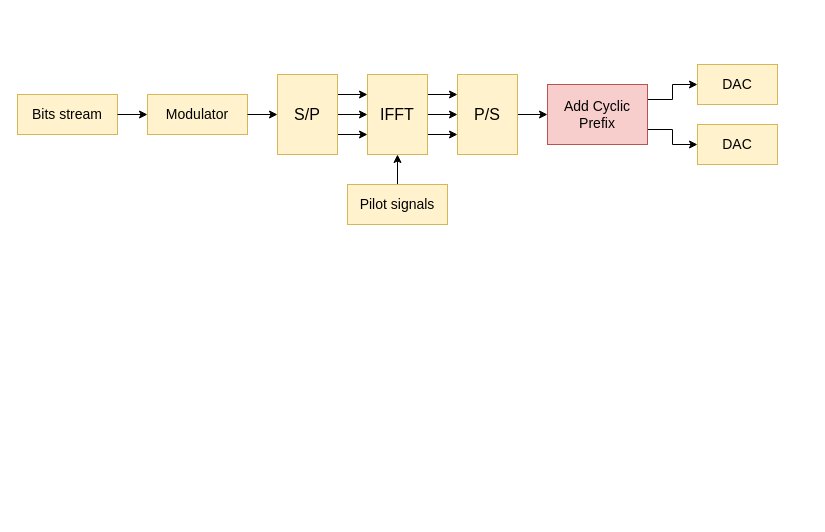
The draw.io diagram Диаграмма без названия.drawio in isvoropaev02/OFDM, before the edit. Source tidied: cells renumbered, new cells numbered last; positions are measured from the earlier drawing's top-left corner, leaving out a move shared by most shapes. Both pictures are drawn from the tidied source at 100%, with x=0, y=0 at pixel (17, 64).
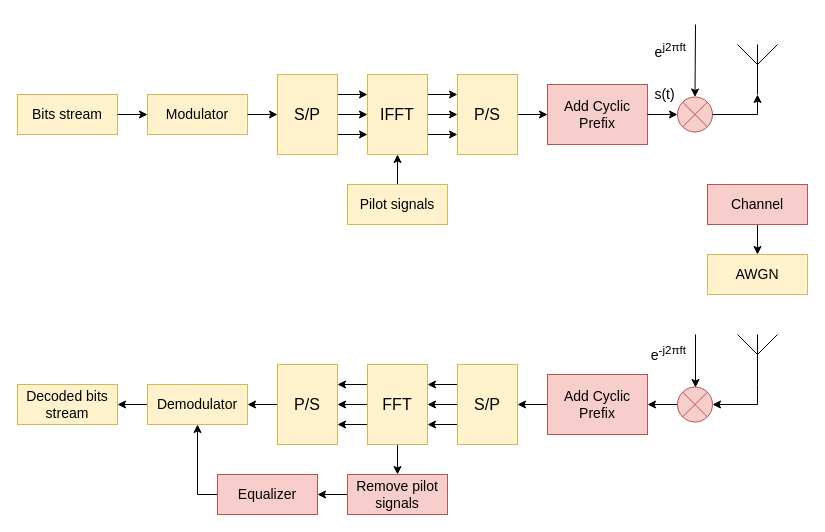
Above is the later version.

Unchanged cells that the change refers to:
```xml
<mxCell id="18" value="&lt;font style=&quot;font-size: 14px;&quot; face=&quot;Helvetica&quot;&gt;Add Cyclic Prefix&lt;/font&gt;" style="rounded=0;whiteSpace=wrap;html=1;fillColor=#f8cecc;strokeColor=#b85450;" parent="1" vertex="1">
  <mxGeometry x="530" y="20" width="100" height="60" as="geometry" />
</mxCell>
```

Diff of the diagram source:
```diff
@@
-    <mxCell id="16" style="edgeStyle=orthogonalEdgeStyle;rounded=0;jettySize=auto;html=1;exitX=1;exitY=0.25;exitDx=0;exitDy=0;entryX=0;entryY=0.5;entryDx=0;entryDy=0;" parent="1" edge="1" source="18" target="19">
-      <mxGeometry relative="1" as="geometry" />
-    </mxCell>
-    <mxCell id="17" style="edgeStyle=orthogonalEdgeStyle;rounded=0;jettySize=auto;html=1;exitX=1;exitY=0.75;exitDx=0;exitDy=0;entryX=0;entryY=0.5;entryDx=0;entryDy=0;" parent="1" edge="1" source="18" target="20">
-      <mxGeometry relative="1" as="geometry" />
-    </mxCell>
@@
-    <mxCell id="19" value="&lt;font style=&quot;font-size: 14px;&quot; face=&quot;Helvetica&quot;&gt;DAC&lt;/font&gt;" style="rounded=0;whiteSpace=wrap;html=1;fillColor=#fff2cc;strokeColor=#d6b656;" parent="1" vertex="1">
-      <mxGeometry x="680" width="80" height="40" as="geometry" />
-    </mxCell>
-    <mxCell id="20" value="&lt;font style=&quot;font-size: 14px;&quot; face=&quot;Helvetica&quot;&gt;DAC&lt;/font&gt;" style="rounded=0;whiteSpace=wrap;html=1;fillColor=#fff2cc;strokeColor=#d6b656;" parent="1" vertex="1">
-      <mxGeometry x="680" y="60" width="80" height="40" as="geometry" />
-    </mxCell>
@@
+    <mxCell id="23" style="verticalLabelPosition=bottom;verticalAlign=top;html=1;shape=mxgraph.flowchart.or;fillColor=#f8cecc;strokeColor=#b85450;" parent="1" vertex="1">
+      <mxGeometry x="660" y="32.5" width="35" height="35" as="geometry" />
+    </mxCell>
+    <mxCell id="24" style="edgeStyle=orthogonalEdgeStyle;rounded=0;jettySize=auto;html=1;entryX=0;entryY=0.5;entryDx=0;entryDy=0;entryPerimeter=0;" parent="1" edge="1" source="18" target="23">
+      <mxGeometry relative="1" as="geometry" />
+    </mxCell>
+    <mxCell id="25" value="s(t)" style="edgeLabel;html=1;align=center;verticalAlign=bottom;labelPosition=center;verticalLabelPosition=top;textDirection=ltr;fontSize=14;" parent="24" vertex="1">
+      <mxGeometry x="0.44" y="-2" relative="1" as="geometry">
+        <mxPoint y="-12" as="offset" />
+      </mxGeometry>
+    </mxCell>
+    <mxCell id="26" style="endArrow=classic;html=1;rounded=0;entryX=0.5;entryY=0;entryDx=0;entryDy=0;entryPerimeter=0;" parent="1" edge="1" target="23">
+      <mxGeometry relative="1" as="geometry">
+        <mxPoint x="678" y="-40" as="sourcePoint" />
+      </mxGeometry>
+    </mxCell>
+    <mxCell id="27" value="e&lt;span style=&quot;font-family: &amp;quot;Cambria Math&amp;quot;; text-align: center; text-indent: 0in;&quot;&gt;&lt;sup&gt;j2πft&lt;/sup&gt;&lt;/span&gt;" style="edgeLabel;html=1;align=right;verticalAlign=middle;labelPosition=left;verticalLabelPosition=middle;fontSize=14;" parent="26" vertex="1">
+      <mxGeometry x="-0.19" relative="1" as="geometry">
+        <mxPoint x="-9" y="-3" as="offset" />
+      </mxGeometry>
+    </mxCell>
+    <mxCell id="28" style="verticalLabelPosition=bottom;shadow=0;dashed=0;align=center;html=1;verticalAlign=top;shape=mxgraph.electrical.radio.aerial_-_antenna_1;" parent="1" vertex="1">
+      <mxGeometry x="720" y="-20" width="40" height="50" as="geometry" />
+    </mxCell>
+    <mxCell id="29" style="edgeStyle=orthogonalEdgeStyle;rounded=0;jettySize=auto;html=1;exitX=1;exitY=0.5;exitDx=0;exitDy=0;exitPerimeter=0;entryX=0.5;entryY=1;entryDx=0;entryDy=0;entryPerimeter=0;" parent="1" edge="1" source="23" target="28">
+      <mxGeometry relative="1" as="geometry" />
+    </mxCell>
+    <mxCell id="30" style="edgeStyle=orthogonalEdgeStyle;rounded=0;jettySize=auto;html=1;exitX=0.5;exitY=1;exitDx=0;exitDy=0;entryX=0.5;entryY=0;entryDx=0;entryDy=0;" parent="1" edge="1" source="31" target="33">
+      <mxGeometry relative="1" as="geometry" />
+    </mxCell>
+    <mxCell id="31" value="&lt;font style=&quot;font-size: 14px;&quot; face=&quot;Helvetica&quot;&gt;Channel&lt;/font&gt;" style="rounded=0;whiteSpace=wrap;html=1;fillColor=#f8cecc;strokeColor=#b85450;" parent="1" vertex="1">
+      <mxGeometry x="690" y="120" width="100" height="40" as="geometry" />
+    </mxCell>
+    <mxCell id="32" style="verticalLabelPosition=bottom;shadow=0;dashed=0;align=center;html=1;verticalAlign=top;shape=mxgraph.electrical.radio.aerial_-_antenna_1;" parent="1" vertex="1">
+      <mxGeometry x="720" y="270" width="40" height="50" as="geometry" />
+    </mxCell>
+    <mxCell id="33" value="&lt;font style=&quot;font-size: 14px;&quot; face=&quot;Helvetica&quot;&gt;AWGN&lt;/font&gt;" style="rounded=0;whiteSpace=wrap;html=1;fillColor=#fff2cc;strokeColor=#d6b656;" parent="1" vertex="1">
+      <mxGeometry x="690" y="190" width="100" height="40" as="geometry" />
+    </mxCell>
+    <mxCell id="34" style="edgeStyle=orthogonalEdgeStyle;rounded=0;jettySize=auto;html=1;exitX=0;exitY=0.5;exitDx=0;exitDy=0;entryX=0.5;entryY=0;entryDx=0;entryDy=0;" parent="1" edge="1" source="35" target="44">
+      <mxGeometry relative="1" as="geometry" />
+    </mxCell>
+    <mxCell id="35" value="&lt;font style=&quot;font-size: 14px;&quot; face=&quot;Helvetica&quot;&gt;Add Cyclic Prefix&lt;/font&gt;" style="rounded=0;whiteSpace=wrap;html=1;fillColor=#f8cecc;strokeColor=#b85450;" parent="1" vertex="1">
+      <mxGeometry x="530" y="310" width="100" height="60" as="geometry" />
+    </mxCell>
+    <mxCell id="36" style="edgeStyle=orthogonalEdgeStyle;rounded=0;jettySize=auto;html=1;entryX=1;entryY=0.5;entryDx=0;entryDy=0;" parent="1" edge="1" source="37" target="35">
+      <mxGeometry relative="1" as="geometry" />
+    </mxCell>
+    <mxCell id="37" style="verticalLabelPosition=bottom;verticalAlign=top;html=1;shape=mxgraph.flowchart.or;fillColor=#f8cecc;strokeColor=#b85450;" parent="1" vertex="1">
+      <mxGeometry x="660" y="322.5" width="35" height="35" as="geometry" />
+    </mxCell>
+    <mxCell id="38" style="edgeStyle=orthogonalEdgeStyle;rounded=0;jettySize=auto;html=1;exitX=0.5;exitY=1;exitDx=0;exitDy=0;exitPerimeter=0;entryX=1;entryY=0.5;entryDx=0;entryDy=0;entryPerimeter=0;" parent="1" edge="1" source="32" target="37">
+      <mxGeometry relative="1" as="geometry" />
+    </mxCell>
+    <mxCell id="39" style="endArrow=classic;html=1;rounded=0;entryX=0.5;entryY=0;entryDx=0;entryDy=0;entryPerimeter=0;" parent="1" edge="1">
+      <mxGeometry relative="1" as="geometry">
+        <mxPoint x="678" y="270" as="sourcePoint" />
+        <mxPoint x="678" y="323" as="targetPoint" />
+      </mxGeometry>
+    </mxCell>
+    <mxCell id="40" value="e&lt;span style=&quot;font-family: &amp;quot;Cambria Math&amp;quot;; text-align: center; text-indent: 0in;&quot;&gt;&lt;sup&gt;-j2πft&lt;/sup&gt;&lt;/span&gt;" style="edgeLabel;html=1;align=right;verticalAlign=middle;labelPosition=left;verticalLabelPosition=middle;fontSize=14;" parent="39" vertex="1">
+      <mxGeometry x="-0.19" relative="1" as="geometry">
+        <mxPoint x="-9" y="-3" as="offset" />
+      </mxGeometry>
+    </mxCell>
+    <mxCell id="41" style="edgeStyle=orthogonalEdgeStyle;rounded=0;jettySize=auto;html=1;exitX=0.25;exitY=1;exitDx=0;exitDy=0;entryX=0.25;entryY=0;entryDx=0;entryDy=0;" parent="1" edge="1" source="44" target="49">
+      <mxGeometry relative="1" as="geometry" />
+    </mxCell>
+    <mxCell id="42" style="edgeStyle=orthogonalEdgeStyle;rounded=0;jettySize=auto;html=1;exitX=0.5;exitY=1;exitDx=0;exitDy=0;entryX=0.5;entryY=0;entryDx=0;entryDy=0;" parent="1" edge="1" source="44" target="49">
+      <mxGeometry relative="1" as="geometry" />
+    </mxCell>
+    <mxCell id="43" style="edgeStyle=orthogonalEdgeStyle;rounded=0;jettySize=auto;html=1;exitX=0.75;exitY=1;exitDx=0;exitDy=0;entryX=0.75;entryY=0;entryDx=0;entryDy=0;" parent="1" edge="1" source="44" target="49">
+      <mxGeometry relative="1" as="geometry" />
+    </mxCell>
+    <mxCell id="44" value="&lt;font size=&quot;3&quot;&gt;S/P&lt;/font&gt;" style="rounded=0;whiteSpace=wrap;html=1;direction=south;fillColor=#fff2cc;strokeColor=#d6b656;" parent="1" vertex="1">
+      <mxGeometry x="440" y="300" width="60" height="80" as="geometry" />
+    </mxCell>
+    <mxCell id="45" style="edgeStyle=orthogonalEdgeStyle;rounded=0;jettySize=auto;html=1;exitX=0.25;exitY=1;exitDx=0;exitDy=0;entryX=0.25;entryY=0;entryDx=0;entryDy=0;" parent="1" edge="1" source="49" target="51">
+      <mxGeometry relative="1" as="geometry" />
+    </mxCell>
+    <mxCell id="46" style="edgeStyle=orthogonalEdgeStyle;rounded=0;jettySize=auto;html=1;exitX=0.5;exitY=1;exitDx=0;exitDy=0;entryX=0.5;entryY=0;entryDx=0;entryDy=0;" parent="1" edge="1" source="49" target="51">
+      <mxGeometry relative="1" as="geometry" />
+    </mxCell>
+    <mxCell id="47" style="edgeStyle=orthogonalEdgeStyle;rounded=0;jettySize=auto;html=1;exitX=0.75;exitY=1;exitDx=0;exitDy=0;entryX=0.75;entryY=0;entryDx=0;entryDy=0;" parent="1" edge="1" source="49" target="51">
+      <mxGeometry relative="1" as="geometry" />
+    </mxCell>
+    <mxCell id="48" style="edgeStyle=orthogonalEdgeStyle;rounded=0;jettySize=auto;html=1;exitX=1;exitY=0.5;exitDx=0;exitDy=0;entryX=0.5;entryY=0;entryDx=0;entryDy=0;" parent="1" edge="1" source="49" target="53">
+      <mxGeometry relative="1" as="geometry" />
+    </mxCell>
+    <mxCell id="49" value="&lt;font size=&quot;3&quot;&gt;FFT&lt;/font&gt;" style="rounded=0;whiteSpace=wrap;html=1;direction=south;fillColor=#fff2cc;strokeColor=#d6b656;" parent="1" vertex="1">
+      <mxGeometry x="350" y="300" width="60" height="80" as="geometry" />
+    </mxCell>
+    <mxCell id="50" style="edgeStyle=orthogonalEdgeStyle;rounded=0;jettySize=auto;html=1;exitX=0.5;exitY=1;exitDx=0;exitDy=0;entryX=1;entryY=0.5;entryDx=0;entryDy=0;" parent="1" edge="1" source="51" target="57">
+      <mxGeometry relative="1" as="geometry" />
+    </mxCell>
+    <mxCell id="51" value="&lt;font size=&quot;3&quot;&gt;P/S&lt;/font&gt;" style="rounded=0;whiteSpace=wrap;html=1;direction=south;fillColor=#fff2cc;strokeColor=#d6b656;" parent="1" vertex="1">
+      <mxGeometry x="260" y="300" width="60" height="80" as="geometry" />
+    </mxCell>
+    <mxCell id="52" style="edgeStyle=orthogonalEdgeStyle;rounded=0;jettySize=auto;html=1;exitX=0;exitY=0.5;exitDx=0;exitDy=0;entryX=1;entryY=0.5;entryDx=0;entryDy=0;" parent="1" edge="1" source="53" target="55">
+      <mxGeometry relative="1" as="geometry" />
+    </mxCell>
+    <mxCell id="53" value="&lt;font style=&quot;font-size: 14px;&quot; face=&quot;Helvetica&quot;&gt;Remove pilot signals&lt;/font&gt;" style="rounded=0;whiteSpace=wrap;html=1;fillColor=#f8cecc;strokeColor=#b85450;" parent="1" vertex="1">
+      <mxGeometry x="330" y="410" width="100" height="40" as="geometry" />
+    </mxCell>
+    <mxCell id="54" style="edgeStyle=orthogonalEdgeStyle;rounded=0;jettySize=auto;html=1;exitX=0;exitY=0.5;exitDx=0;exitDy=0;entryX=0.5;entryY=1;entryDx=0;entryDy=0;" parent="1" edge="1" source="55" target="57">
+      <mxGeometry relative="1" as="geometry" />
+    </mxCell>
+    <mxCell id="55" value="&lt;font style=&quot;font-size: 14px;&quot; face=&quot;Helvetica&quot;&gt;Equalizer&lt;/font&gt;" style="rounded=0;whiteSpace=wrap;html=1;fillColor=#f8cecc;strokeColor=#b85450;" parent="1" vertex="1">
+      <mxGeometry x="200" y="410" width="100" height="40" as="geometry" />
+    </mxCell>
+    <mxCell id="56" style="edgeStyle=orthogonalEdgeStyle;rounded=0;jettySize=auto;html=1;exitX=0;exitY=0.5;exitDx=0;exitDy=0;entryX=1;entryY=0.5;entryDx=0;entryDy=0;" parent="1" edge="1" source="57" target="58">
+      <mxGeometry relative="1" as="geometry" />
+    </mxCell>
+    <mxCell id="57" value="&lt;font style=&quot;font-size: 14px;&quot; face=&quot;Helvetica&quot;&gt;Demodulator&lt;/font&gt;" style="rounded=0;whiteSpace=wrap;html=1;fillColor=#fff2cc;strokeColor=#d6b656;" parent="1" vertex="1">
+      <mxGeometry x="130" y="320" width="100" height="40" as="geometry" />
+    </mxCell>
+    <mxCell id="58" value="&lt;font style=&quot;font-size: 14px;&quot; face=&quot;Helvetica&quot;&gt;Decoded bits stream&lt;/font&gt;" style="rounded=0;whiteSpace=wrap;html=1;fillColor=#fff2cc;strokeColor=#d6b656;" parent="1" vertex="1">
+      <mxGeometry y="320" width="100" height="40" as="geometry" />
+    </mxCell>
```
